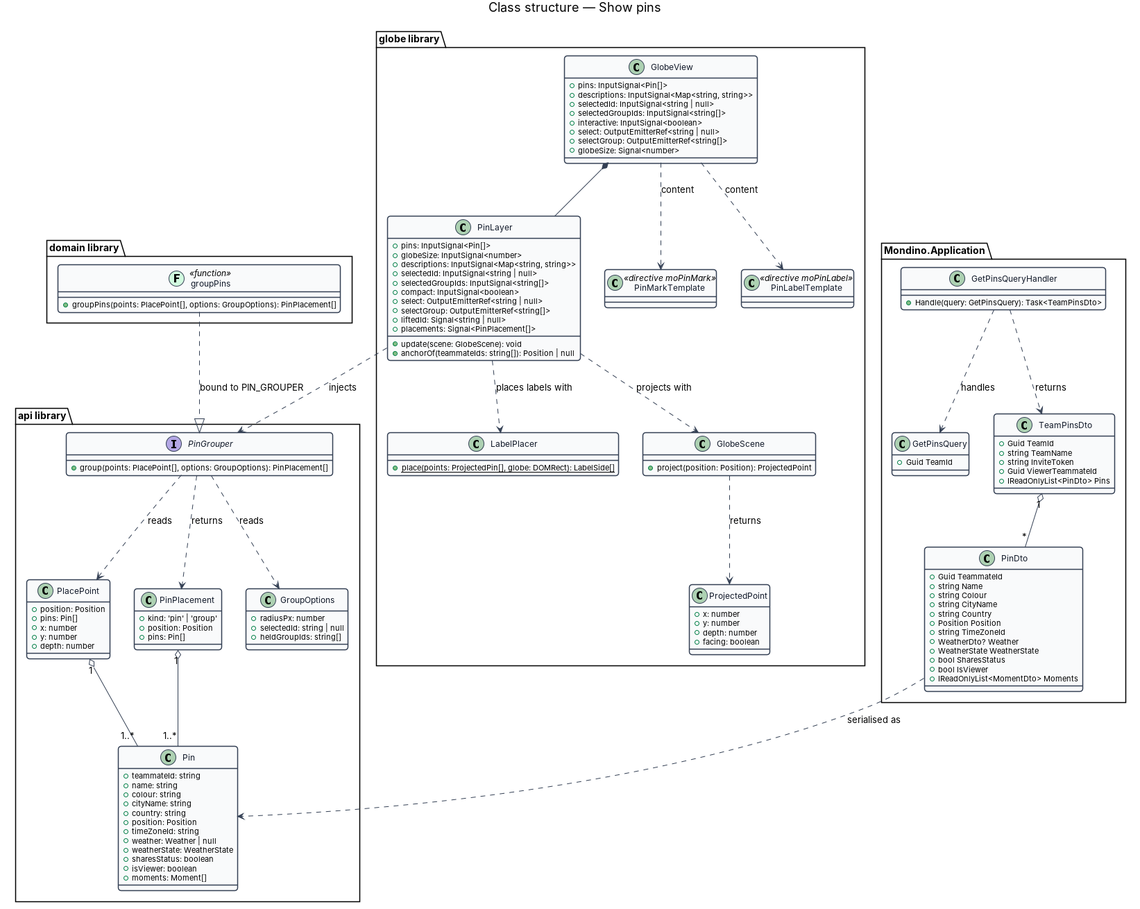
The PlantUML diagram docs/detailed-designs/globe/show-pins/diagrams/class-structure.png in QuinntyneBrown/Mondino, before a commit. Its source is kept beside it as docs/detailed-designs/globe/draw-globe/diagrams/class-structure.puml.
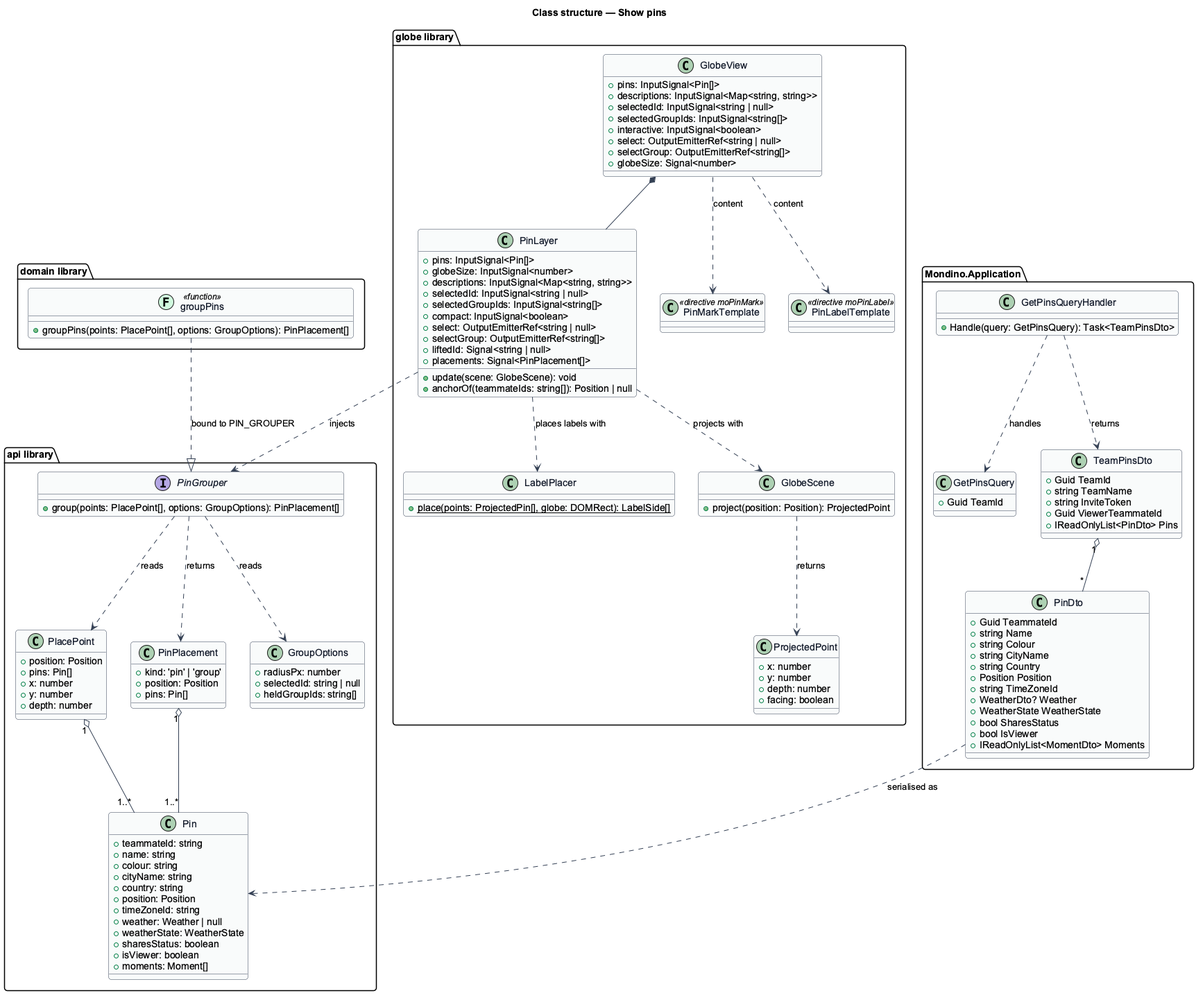
After the commit.

What changed in the source:
```diff
@@ -24,10 +24,10 @@
 }
 
 class GlobeView {
-  +pins: InputSignal<Pin[]>
-  +selectedId: InputSignal<string | null>
-  +interactive: InputSignal<boolean>
-  +select: OutputEmitterRef<string | null>
+  +label: InputSignal<string>
+  +pins: InputSignal<Position[] | null>
+  +you: InputSignal<NewPin | null>
+  +stateChange: OutputEmitterRef<GlobeState>
   +state: Signal<GlobeState>
   -scene: GlobeScene | null
   -startScene(): Promise<void>
@@ -52,7 +52,6 @@
 }
 
 class GlobeSceneOptions {
-  +assetBaseUrl: string
   +detail: DetailStep
   +signal: AbortSignal
 }
@@ -106,11 +105,10 @@
   +ice: string
   +cloud: string
   +night: string
-  +outline: string
 }
 
 interface Clock {
-  +now(): Date
+  +now(): number
   +minute: Signal<number>
 }
 
@@ -124,7 +122,7 @@
 GlobeView --> GlobeState : has
 GlobeView ..> SunPosition : asks each minute
 GlobeView ..> Clock : injects CLOCK
-GlobeView ..> GlobeFallback : shows, projected by the page, in Fallback
+GlobeView ..> GlobeFallback : the page shows it in Fallback
 GlobeScene ..> GlobeSceneOptions : created from
 GlobeScene ..> GlobeUnavailableError : rejects with
 GlobeUnavailableError --> GlobeUnavailableReason : has
```
